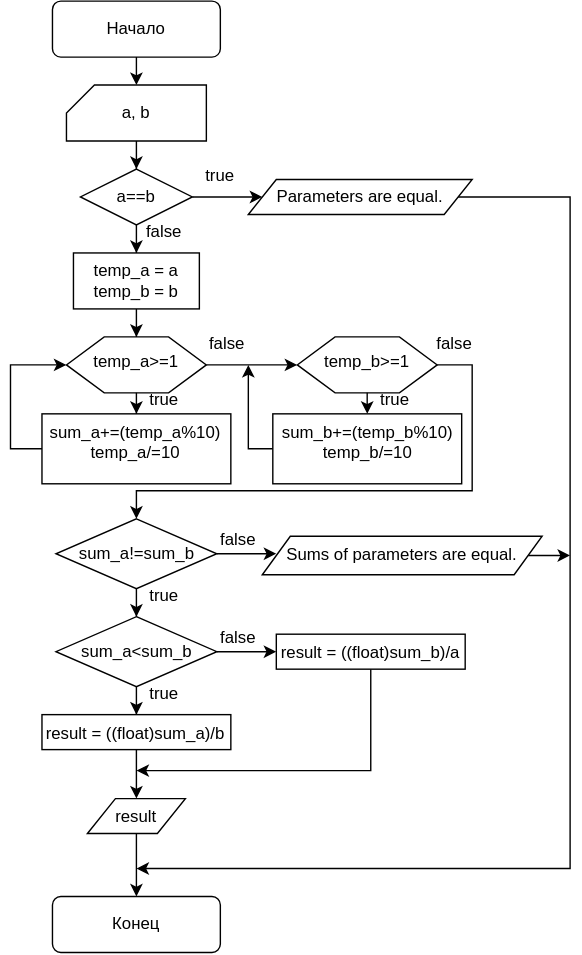
The draw.io diagram lab_1.drawio.svg in Vityusha1337/c_labs, before a commit. Source tidied: cells renumbered, new cells last; positions are measured from the earlier drawing's top-left corner, leaving out a move shared by most shapes.
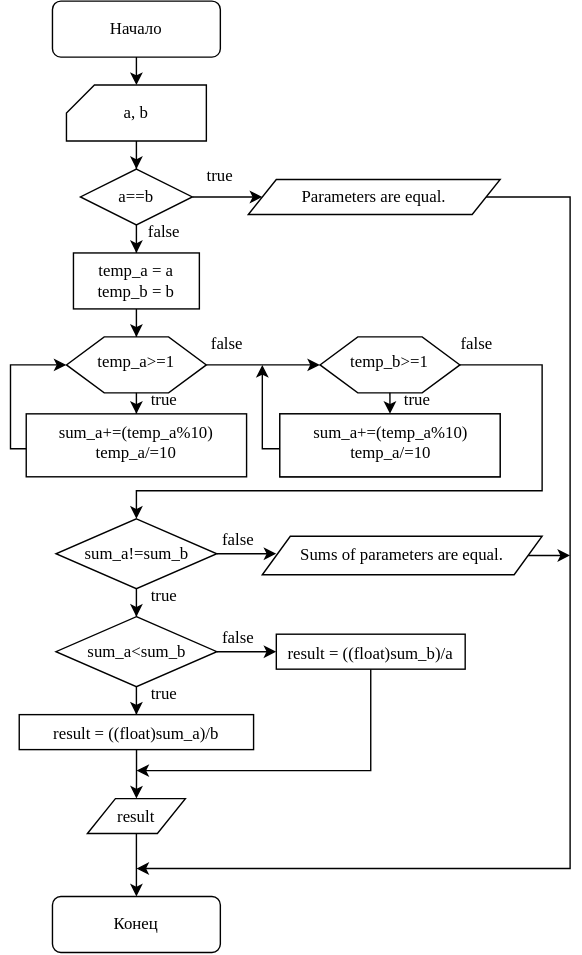
Above is the later version.

Diff of the diagram source:
```diff
@@ -2,30 +2,30 @@
   <root>
     <mxCell id="0" />
     <mxCell id="1" parent="0" />
-    <mxCell id="2" style="edgeStyle=orthogonalEdgeStyle;rounded=0;jettySize=auto;entryX=0.5;entryY=0;entryDx=0;entryDy=0;entryPerimeter=0;" parent="1" edge="1" target="5">
+    <mxCell id="2" style="edgeStyle=orthogonalEdgeStyle;rounded=0;jettySize=auto;html=1;entryX=0.5;entryY=0;entryDx=0;entryDy=0;entryPerimeter=0;fontFamily=Verdana;" parent="1" edge="1" target="5">
       <mxGeometry relative="1" as="geometry">
         <mxPoint x="90" y="30" as="sourcePoint" />
       </mxGeometry>
     </mxCell>
-    <mxCell id="3" value="Начало" style="rounded=1;whiteSpace=wrap;fontSize=12;glass=0;strokeWidth=1;shadow=0;" parent="1" vertex="1">
+    <mxCell id="3" value="Начало" style="rounded=1;whiteSpace=wrap;html=1;fontSize=12;glass=0;strokeWidth=1;shadow=0;fontFamily=Verdana;" parent="1" vertex="1">
       <mxGeometry x="30" width="120" height="40" as="geometry" />
     </mxCell>
-    <mxCell id="4" style="edgeStyle=orthogonalEdgeStyle;rounded=0;jettySize=auto;entryX=0.5;entryY=0;entryDx=0;entryDy=0;" parent="1" edge="1" source="5" target="8">
+    <mxCell id="4" style="edgeStyle=orthogonalEdgeStyle;rounded=0;jettySize=auto;html=1;entryX=0.5;entryY=0;entryDx=0;entryDy=0;fontFamily=Verdana;" parent="1" edge="1" source="5" target="8">
       <mxGeometry relative="1" as="geometry" />
     </mxCell>
-    <mxCell id="5" style="verticalLabelPosition=bottom;verticalAlign=top;shape=card;whiteSpace=wrap;size=20;arcSize=12;" parent="1" vertex="1">
+    <mxCell id="5" style="verticalLabelPosition=bottom;verticalAlign=top;html=1;shape=card;whiteSpace=wrap;size=20;arcSize=12;fontFamily=Verdana;" parent="1" vertex="1">
       <mxGeometry x="40" y="60" width="100" height="40" as="geometry" />
     </mxCell>
-    <mxCell id="6" value="a, b" style="text;strokeColor=none;fillColor=none;align=center;verticalAlign=middle;whiteSpace=wrap;rounded=0;" parent="1" vertex="1">
+    <mxCell id="6" value="a, b" style="text;html=1;strokeColor=none;fillColor=none;align=center;verticalAlign=middle;whiteSpace=wrap;rounded=0;fontFamily=Verdana;" parent="1" vertex="1">
       <mxGeometry x="60" y="65" width="60" height="30" as="geometry" />
     </mxCell>
-    <mxCell id="7" style="edgeStyle=orthogonalEdgeStyle;rounded=0;jettySize=auto;entryX=0.5;entryY=0;entryDx=0;entryDy=0;" parent="1" edge="1" source="8" target="13">
+    <mxCell id="7" style="edgeStyle=orthogonalEdgeStyle;rounded=0;jettySize=auto;html=1;entryX=0.5;entryY=0;entryDx=0;entryDy=0;fontFamily=Verdana;" parent="1" edge="1" source="8" target="13">
       <mxGeometry relative="1" as="geometry" />
     </mxCell>
-    <mxCell id="8" value="a==b" style="rhombus;whiteSpace=wrap;" parent="1" vertex="1">
+    <mxCell id="8" value="a==b" style="rhombus;whiteSpace=wrap;html=1;fontFamily=Verdana;" parent="1" vertex="1">
       <mxGeometry x="50" y="120" width="80" height="40" as="geometry" />
     </mxCell>
-    <mxCell id="9" style="edgeStyle=orthogonalEdgeStyle;rounded=0;jettySize=auto;exitX=1;exitY=0.5;exitDx=0;exitDy=0;" parent="1" edge="1" source="10">
+    <mxCell id="9" style="edgeStyle=orthogonalEdgeStyle;rounded=0;jettySize=auto;html=1;exitX=1;exitY=0.5;exitDx=0;exitDy=0;fontFamily=Verdana;" parent="1" edge="1" source="10">
       <mxGeometry relative="1" as="geometry">
         <mxPoint x="90" y="620" as="targetPoint" />
         <Array as="points">
@@ -34,39 +34,39 @@
         </Array>
       </mxGeometry>
     </mxCell>
-    <mxCell id="10" value="Parameters are equal." style="shape=parallelogram;perimeter=parallelogramPerimeter;whiteSpace=wrap;fixedSize=1;" parent="1" vertex="1">
-      <mxGeometry x="170" y="127.5" width="160" height="25" as="geometry" />
+    <mxCell id="10" value="Parameters are equal." style="shape=parallelogram;perimeter=parallelogramPerimeter;whiteSpace=wrap;html=1;fixedSize=1;fontFamily=Verdana;" parent="1" vertex="1">
+      <mxGeometry x="170" y="127.5" width="180" height="25" as="geometry" />
     </mxCell>
-    <mxCell id="11" style="edgeStyle=orthogonalEdgeStyle;rounded=0;jettySize=auto;entryX=0;entryY=0.5;entryDx=0;entryDy=0;" parent="1" edge="1" target="10">
+    <mxCell id="11" style="edgeStyle=orthogonalEdgeStyle;rounded=0;jettySize=auto;html=1;entryX=0;entryY=0.5;entryDx=0;entryDy=0;fontFamily=Verdana;" parent="1" edge="1" target="10">
       <mxGeometry relative="1" as="geometry">
         <mxPoint x="130" y="140" as="sourcePoint" />
       </mxGeometry>
     </mxCell>
-    <mxCell id="12" style="edgeStyle=orthogonalEdgeStyle;rounded=0;jettySize=auto;entryX=0.5;entryY=0;entryDx=0;entryDy=0;" parent="1" edge="1" source="13" target="17">
+    <mxCell id="12" style="edgeStyle=orthogonalEdgeStyle;rounded=0;jettySize=auto;html=1;entryX=0.5;entryY=0;entryDx=0;entryDy=0;fontFamily=Verdana;" parent="1" edge="1" source="13" target="17">
       <mxGeometry relative="1" as="geometry" />
     </mxCell>
-    <mxCell id="13" value="temp_a = a&#10;temp_b = b" style="rounded=0;whiteSpace=wrap;" parent="1" vertex="1">
+    <mxCell id="13" value="&lt;div&gt;temp_a = a&lt;br&gt;temp_b = b&lt;/div&gt;" style="rounded=0;whiteSpace=wrap;html=1;fontFamily=Verdana;" parent="1" vertex="1">
       <mxGeometry x="45" y="180" width="90" height="40" as="geometry" />
     </mxCell>
-    <mxCell id="14" value="true" style="text;strokeColor=none;fillColor=none;align=center;verticalAlign=middle;whiteSpace=wrap;rounded=0;" parent="1" vertex="1">
+    <mxCell id="14" value="true" style="text;html=1;strokeColor=none;fillColor=none;align=center;verticalAlign=middle;whiteSpace=wrap;rounded=0;fontFamily=Verdana;" parent="1" vertex="1">
       <mxGeometry x="130" y="110" width="40" height="30" as="geometry" />
     </mxCell>
-    <mxCell id="15" style="edgeStyle=orthogonalEdgeStyle;rounded=0;jettySize=auto;" parent="1" edge="1" source="17" target="21">
+    <mxCell id="15" style="edgeStyle=orthogonalEdgeStyle;rounded=0;jettySize=auto;html=1;fontFamily=Verdana;entryX=0.5;entryY=0;entryDx=0;entryDy=0;" parent="1" edge="1" source="17" target="21">
       <mxGeometry relative="1" as="geometry" />
     </mxCell>
-    <mxCell id="16" style="edgeStyle=orthogonalEdgeStyle;rounded=0;jettySize=auto;entryX=0;entryY=0.5;entryDx=0;entryDy=0;" parent="1" edge="1" source="17" target="24">
+    <mxCell id="16" style="edgeStyle=orthogonalEdgeStyle;rounded=0;jettySize=auto;html=1;entryX=0;entryY=0.5;entryDx=0;entryDy=0;fontFamily=Verdana;" parent="1" edge="1" source="17" target="24">
       <mxGeometry relative="1" as="geometry" />
     </mxCell>
-    <mxCell id="17" style="verticalLabelPosition=bottom;verticalAlign=top;shape=hexagon;perimeter=hexagonPerimeter2;arcSize=6;size=0.27;" parent="1" vertex="1">
+    <mxCell id="17" style="verticalLabelPosition=bottom;verticalAlign=top;html=1;shape=hexagon;perimeter=hexagonPerimeter2;arcSize=6;size=0.27;fontFamily=Verdana;" parent="1" vertex="1">
       <mxGeometry x="40" y="240" width="100" height="40" as="geometry" />
     </mxCell>
-    <mxCell id="18" value="temp_a&gt;=1" style="text;strokeColor=none;fillColor=none;align=center;verticalAlign=middle;whiteSpace=wrap;rounded=0;" parent="1" vertex="1">
+    <mxCell id="18" value="temp_a&amp;gt;=1" style="text;html=1;strokeColor=none;fillColor=none;align=center;verticalAlign=middle;whiteSpace=wrap;rounded=0;fontFamily=Verdana;" parent="1" vertex="1">
       <mxGeometry x="60" y="250" width="60" height="15" as="geometry" />
     </mxCell>
-    <mxCell id="19" value="false" style="text;strokeColor=none;fillColor=none;align=center;verticalAlign=middle;whiteSpace=wrap;rounded=0;" parent="1" vertex="1">
+    <mxCell id="19" value="&lt;div&gt;false&lt;/div&gt;" style="text;html=1;strokeColor=none;fillColor=none;align=center;verticalAlign=middle;whiteSpace=wrap;rounded=0;fontFamily=Verdana;" parent="1" vertex="1">
       <mxGeometry x="90" y="150" width="40" height="30" as="geometry" />
     </mxCell>
-    <mxCell id="20" style="edgeStyle=orthogonalEdgeStyle;rounded=0;jettySize=auto;entryX=0;entryY=0.5;entryDx=0;entryDy=0;" parent="1" edge="1" source="21" target="17">
+    <mxCell id="20" style="edgeStyle=orthogonalEdgeStyle;rounded=0;jettySize=auto;html=1;entryX=0;entryY=0.5;entryDx=0;entryDy=0;fontFamily=Verdana;" parent="1" edge="1" source="21" target="17">
       <mxGeometry relative="1" as="geometry">
         <Array as="points">
           <mxPoint y="320" />
@@ -74,82 +74,84 @@
         </Array>
       </mxGeometry>
     </mxCell>
-    <mxCell id="21" value="sum_a+=(temp_a%10)&#10;temp_a/=10&#10;" style="whiteSpace=wrap;verticalAlign=top;arcSize=6;" parent="1" vertex="1">
-      <mxGeometry x="22.5" y="295" width="135" height="50" as="geometry" />
+    <mxCell id="21" value="&lt;div&gt;sum_a+=(temp_a%10)&lt;br&gt;temp_a/=10&lt;br&gt;&lt;/div&gt;" style="whiteSpace=wrap;html=1;verticalAlign=top;arcSize=6;fontFamily=Verdana;" parent="1" vertex="1">
+      <mxGeometry x="11.2" y="295" width="157.5" height="45" as="geometry" />
     </mxCell>
-    <mxCell id="22" value="true" style="text;strokeColor=none;fillColor=none;align=center;verticalAlign=middle;whiteSpace=wrap;rounded=0;" parent="1" vertex="1">
+    <mxCell id="22" value="true" style="text;html=1;strokeColor=none;fillColor=none;align=center;verticalAlign=middle;whiteSpace=wrap;rounded=0;fontFamily=Verdana;" parent="1" vertex="1">
       <mxGeometry x="90" y="270" width="40" height="30" as="geometry" />
     </mxCell>
-    <mxCell id="23" style="edgeStyle=orthogonalEdgeStyle;rounded=0;jettySize=auto;exitX=1;exitY=0.5;exitDx=0;exitDy=0;" parent="1" edge="1" source="24">
+    <mxCell id="23" style="edgeStyle=orthogonalEdgeStyle;rounded=0;jettySize=auto;html=1;exitX=1;exitY=0.5;exitDx=0;exitDy=0;fontFamily=Verdana;" parent="1" edge="1" source="24">
       <mxGeometry relative="1" as="geometry">
         <mxPoint x="90" y="370" as="targetPoint" />
         <Array as="points">
-          <mxPoint x="330" y="260" />
-          <mxPoint x="330" y="350" />
+          <mxPoint x="380" y="260" />
+          <mxPoint x="380" y="350" />
           <mxPoint x="90" y="350" />
         </Array>
       </mxGeometry>
     </mxCell>
-    <mxCell id="24" style="verticalLabelPosition=bottom;verticalAlign=top;shape=hexagon;perimeter=hexagonPerimeter2;arcSize=6;size=0.27;" parent="1" vertex="1">
-      <mxGeometry x="205" y="240" width="100" height="40" as="geometry" />
+    <mxCell id="24" style="verticalLabelPosition=bottom;verticalAlign=top;html=1;shape=hexagon;perimeter=hexagonPerimeter2;arcSize=6;size=0.27;fontFamily=Verdana;" parent="1" vertex="1">
+      <mxGeometry x="221.2" y="240" width="100" height="40" as="geometry" />
     </mxCell>
-    <mxCell id="25" value="temp_b&gt;=1" style="text;strokeColor=none;fillColor=none;align=center;verticalAlign=middle;whiteSpace=wrap;rounded=0;" parent="1" vertex="1">
-      <mxGeometry x="225" y="250" width="60" height="15" as="geometry" />
+    <mxCell id="25" value="temp_b&amp;gt;=1" style="text;html=1;strokeColor=none;fillColor=none;align=center;verticalAlign=middle;whiteSpace=wrap;rounded=0;fontFamily=Verdana;" parent="1" vertex="1">
+      <mxGeometry x="241.2" y="250" width="60" height="15" as="geometry" />
     </mxCell>
-    <mxCell id="26" value="false" style="text;strokeColor=none;fillColor=none;align=center;verticalAlign=middle;whiteSpace=wrap;rounded=0;" parent="1" vertex="1">
+    <mxCell id="26" value="&lt;div&gt;false&lt;/div&gt;" style="text;html=1;strokeColor=none;fillColor=none;align=center;verticalAlign=middle;whiteSpace=wrap;rounded=0;fontFamily=Verdana;" parent="1" vertex="1">
       <mxGeometry x="140" y="230" width="30" height="30" as="geometry" />
     </mxCell>
-    <mxCell id="27" style="edgeStyle=orthogonalEdgeStyle;rounded=0;jettySize=auto;entryX=0.5;entryY=0;entryDx=0;entryDy=0;" parent="1" edge="1" target="50">
+    <mxCell id="27" style="edgeStyle=orthogonalEdgeStyle;rounded=0;orthogonalLoop=1;jettySize=auto;html=1;entryX=0.5;entryY=0;entryDx=0;entryDy=0;fontFamily=Verdana;" parent="1" edge="1">
       <mxGeometry relative="1" as="geometry">
-        <mxPoint x="254.9" y="280" as="sourcePoint" />
+        <mxPoint x="271.2" y="280" as="sourcePoint" />
+        <mxPoint x="271.2" y="295" as="targetPoint" />
       </mxGeometry>
     </mxCell>
-    <mxCell id="28" style="edgeStyle=orthogonalEdgeStyle;rounded=0;jettySize=auto;exitX=0;exitY=0.5;exitDx=0;exitDy=0;" parent="1" edge="1" source="50">
+    <mxCell id="28" style="edgeStyle=orthogonalEdgeStyle;rounded=0;jettySize=auto;html=1;exitX=0;exitY=0.5;exitDx=0;exitDy=0;fontFamily=Verdana;" parent="1" edge="1" source="51">
       <mxGeometry relative="1" as="geometry">
-        <mxPoint x="170" y="260" as="targetPoint" />
+        <mxPoint x="180" y="260" as="targetPoint" />
         <Array as="points">
-          <mxPoint x="170" y="320" />
+          <mxPoint x="193" y="320" />
+          <mxPoint x="180" y="320" />
         </Array>
       </mxGeometry>
     </mxCell>
-    <mxCell id="29" value="true" style="text;strokeColor=none;fillColor=none;align=center;verticalAlign=middle;whiteSpace=wrap;rounded=0;" parent="1" vertex="1">
-      <mxGeometry x="260" y="270" width="30" height="30" as="geometry" />
+    <mxCell id="29" value="true" style="text;html=1;strokeColor=none;fillColor=none;align=center;verticalAlign=middle;whiteSpace=wrap;rounded=0;fontFamily=Verdana;" parent="1" vertex="1">
+      <mxGeometry x="276.2" y="270" width="30" height="30" as="geometry" />
     </mxCell>
-    <mxCell id="30" style="edgeStyle=orthogonalEdgeStyle;rounded=0;jettySize=auto;entryX=0.5;entryY=0;entryDx=0;entryDy=0;" parent="1" edge="1" source="31" target="34">
+    <mxCell id="30" style="edgeStyle=orthogonalEdgeStyle;rounded=0;jettySize=auto;html=1;entryX=0.5;entryY=0;entryDx=0;entryDy=0;fontFamily=Verdana;" parent="1" edge="1" source="31" target="34">
       <mxGeometry relative="1" as="geometry" />
     </mxCell>
-    <mxCell id="31" value="sum_a!=sum_b" style="rhombus;whiteSpace=wrap;" parent="1" vertex="1">
+    <mxCell id="31" value="sum_a!=sum_b" style="rhombus;whiteSpace=wrap;html=1;fontFamily=Verdana;" parent="1" vertex="1">
       <mxGeometry x="32.5" y="370" width="115" height="50" as="geometry" />
     </mxCell>
-    <mxCell id="32" style="edgeStyle=orthogonalEdgeStyle;rounded=0;jettySize=auto;entryX=0.5;entryY=0;entryDx=0;entryDy=0;" parent="1" edge="1" source="34" target="37">
+    <mxCell id="32" style="edgeStyle=orthogonalEdgeStyle;rounded=0;jettySize=auto;html=1;entryX=0.5;entryY=0;entryDx=0;entryDy=0;fontFamily=Verdana;" parent="1" edge="1" source="34" target="37">
       <mxGeometry relative="1" as="geometry" />
     </mxCell>
-    <mxCell id="33" style="edgeStyle=orthogonalEdgeStyle;rounded=0;jettySize=auto;" parent="1" edge="1" source="34">
+    <mxCell id="33" style="edgeStyle=orthogonalEdgeStyle;rounded=0;jettySize=auto;html=1;fontFamily=Verdana;" parent="1" edge="1" source="34">
       <mxGeometry relative="1" as="geometry">
         <mxPoint x="190" y="465" as="targetPoint" />
       </mxGeometry>
     </mxCell>
-    <mxCell id="34" value="sum_a&lt;sum_b" style="rhombus;whiteSpace=wrap;" parent="1" vertex="1">
+    <mxCell id="34" value="sum_a&amp;lt;sum_b" style="rhombus;whiteSpace=wrap;html=1;fontFamily=Verdana;" parent="1" vertex="1">
       <mxGeometry x="32.5" y="440" width="115" height="50" as="geometry" />
     </mxCell>
-    <mxCell id="35" value="true" style="text;strokeColor=none;fillColor=none;align=center;verticalAlign=middle;whiteSpace=wrap;rounded=0;" parent="1" vertex="1">
+    <mxCell id="35" value="true" style="text;html=1;strokeColor=none;fillColor=none;align=center;verticalAlign=middle;whiteSpace=wrap;rounded=0;fontFamily=Verdana;" parent="1" vertex="1">
       <mxGeometry x="90" y="410" width="40" height="30" as="geometry" />
     </mxCell>
-    <mxCell id="36" style="edgeStyle=orthogonalEdgeStyle;rounded=0;jettySize=auto;" parent="1" edge="1" source="37">
+    <mxCell id="36" style="edgeStyle=orthogonalEdgeStyle;rounded=0;jettySize=auto;html=1;fontFamily=Verdana;" parent="1" edge="1" source="37">
       <mxGeometry relative="1" as="geometry">
         <mxPoint x="90" y="570" as="targetPoint" />
       </mxGeometry>
     </mxCell>
-    <mxCell id="37" value="result = ((float)sum_a)/b" style="whiteSpace=wrap;verticalAlign=top;arcSize=6;" parent="1" vertex="1">
-      <mxGeometry x="22.5" y="510" width="135" height="25" as="geometry" />
+    <mxCell id="37" value="result = ((float)sum_a)/b" style="whiteSpace=wrap;html=1;verticalAlign=top;arcSize=6;fontFamily=Verdana;" parent="1" vertex="1">
+      <mxGeometry x="6.2" y="510" width="167.5" height="25" as="geometry" />
     </mxCell>
-    <mxCell id="38" value="true" style="text;strokeColor=none;fillColor=none;align=center;verticalAlign=middle;whiteSpace=wrap;rounded=0;" parent="1" vertex="1">
+    <mxCell id="38" value="true" style="text;html=1;strokeColor=none;fillColor=none;align=center;verticalAlign=middle;whiteSpace=wrap;rounded=0;fontFamily=Verdana;" parent="1" vertex="1">
       <mxGeometry x="90" y="480" width="40" height="30" as="geometry" />
     </mxCell>
-    <mxCell id="39" value="false" style="text;strokeColor=none;fillColor=none;align=center;verticalAlign=middle;whiteSpace=wrap;rounded=0;" parent="1" vertex="1">
+    <mxCell id="39" value="&lt;div&gt;false&lt;/div&gt;" style="text;html=1;strokeColor=none;fillColor=none;align=center;verticalAlign=middle;whiteSpace=wrap;rounded=0;fontFamily=Verdana;" parent="1" vertex="1">
       <mxGeometry x="147.5" y="440" width="30" height="30" as="geometry" />
     </mxCell>
-    <mxCell id="40" style="edgeStyle=orthogonalEdgeStyle;rounded=0;jettySize=auto;" parent="1" edge="1" source="41">
+    <mxCell id="40" style="edgeStyle=orthogonalEdgeStyle;rounded=0;jettySize=auto;html=1;fontFamily=Verdana;" parent="1" edge="1" source="41">
       <mxGeometry relative="1" as="geometry">
         <mxPoint x="90" y="550" as="targetPoint" />
         <Array as="points">
@@ -157,40 +159,43 @@
         </Array>
       </mxGeometry>
     </mxCell>
-    <mxCell id="41" value="result = ((float)sum_b)/a" style="whiteSpace=wrap;verticalAlign=top;arcSize=6;" parent="1" vertex="1">
+    <mxCell id="41" value="result = ((float)sum_b)/a" style="whiteSpace=wrap;html=1;verticalAlign=top;arcSize=6;fontFamily=Verdana;" parent="1" vertex="1">
       <mxGeometry x="190" y="452.5" width="135" height="25" as="geometry" />
     </mxCell>
-    <mxCell id="42" style="edgeStyle=orthogonalEdgeStyle;rounded=0;orthogonalLoop=1;jettySize=auto;" parent="1" edge="1">
+    <mxCell id="42" style="edgeStyle=orthogonalEdgeStyle;rounded=0;orthogonalLoop=1;jettySize=auto;html=1;fontFamily=Verdana;" parent="1" edge="1">
       <mxGeometry relative="1" as="geometry">
         <mxPoint x="147.5" y="395" as="sourcePoint" />
         <mxPoint x="190" y="395" as="targetPoint" />
       </mxGeometry>
     </mxCell>
-    <mxCell id="43" value="false" style="text;strokeColor=none;fillColor=none;align=center;verticalAlign=middle;whiteSpace=wrap;rounded=0;" parent="1" vertex="1">
+    <mxCell id="43" value="&lt;div&gt;false&lt;/div&gt;" style="text;html=1;strokeColor=none;fillColor=none;align=center;verticalAlign=middle;whiteSpace=wrap;rounded=0;fontFamily=Verdana;" parent="1" vertex="1">
       <mxGeometry x="147.5" y="370" width="30" height="30" as="geometry" />
     </mxCell>
-    <mxCell id="44" style="edgeStyle=orthogonalEdgeStyle;rounded=0;jettySize=auto;" parent="1" edge="1" source="45">
+    <mxCell id="44" style="edgeStyle=orthogonalEdgeStyle;rounded=0;jettySize=auto;html=1;fontFamily=Verdana;" parent="1" edge="1" source="45">
       <mxGeometry relative="1" as="geometry">
         <mxPoint x="400" y="396" as="targetPoint" />
       </mxGeometry>
     </mxCell>
-    <mxCell id="45" value="Sums of parameters are equal." style="shape=parallelogram;perimeter=parallelogramPerimeter;whiteSpace=wrap;fixedSize=1;" parent="1" vertex="1">
+    <mxCell id="45" value="Sums of parameters are equal." style="shape=parallelogram;perimeter=parallelogramPerimeter;whiteSpace=wrap;html=1;fixedSize=1;fontFamily=Verdana;" parent="1" vertex="1">
       <mxGeometry x="180" y="382.5" width="200" height="27.5" as="geometry" />
     </mxCell>
-    <mxCell id="46" value="Конец" style="rounded=1;whiteSpace=wrap;fontSize=12;glass=0;strokeWidth=1;shadow=0;" parent="1" vertex="1">
+    <mxCell id="46" value="Конец" style="rounded=1;whiteSpace=wrap;html=1;fontSize=12;glass=0;strokeWidth=1;shadow=0;fontFamily=Verdana;" parent="1" vertex="1">
       <mxGeometry x="30" y="640" width="120" height="40" as="geometry" />
     </mxCell>
-    <mxCell id="47" style="edgeStyle=orthogonalEdgeStyle;rounded=0;jettySize=auto;entryX=0.5;entryY=0;entryDx=0;entryDy=0;" parent="1" edge="1" source="48" target="46">
+    <mxCell id="47" style="edgeStyle=orthogonalEdgeStyle;rounded=0;jettySize=auto;html=1;entryX=0.5;entryY=0;entryDx=0;entryDy=0;fontFamily=Verdana;" parent="1" edge="1" source="48" target="46">
       <mxGeometry relative="1" as="geometry" />
     </mxCell>
-    <mxCell id="48" value="result" style="shape=parallelogram;perimeter=parallelogramPerimeter;whiteSpace=wrap;fixedSize=1;" parent="1" vertex="1">
+    <mxCell id="48" value="result" style="shape=parallelogram;perimeter=parallelogramPerimeter;whiteSpace=wrap;html=1;fixedSize=1;fontFamily=Verdana;" parent="1" vertex="1">
       <mxGeometry x="55" y="570" width="70" height="25" as="geometry" />
     </mxCell>
-    <mxCell id="49" value="false" style="text;strokeColor=none;fillColor=none;align=center;verticalAlign=middle;whiteSpace=wrap;rounded=0;" parent="1" vertex="1">
-      <mxGeometry x="305" y="230" width="25" height="30" as="geometry" />
+    <mxCell id="49" value="&lt;div&gt;false&lt;/div&gt;" style="text;html=1;strokeColor=none;fillColor=none;align=center;verticalAlign=middle;whiteSpace=wrap;rounded=0;fontFamily=Verdana;" parent="1" vertex="1">
+      <mxGeometry x="321.2" y="230" width="25" height="30" as="geometry" />
     </mxCell>
-    <mxCell id="50" value="sum_b+=(temp_b%10)&#10;temp_b/=10&#10;" style="whiteSpace=wrap;verticalAlign=top;arcSize=6;" parent="1" vertex="1">
-      <mxGeometry x="187.5" y="295" width="135" height="50" as="geometry" />
-    </mxCell>
+    <mxCell id="51" value="&lt;div&gt;sum_a+=(temp_a%10)&lt;br&gt;temp_a/=10&lt;br&gt;&lt;/div&gt;" style="whiteSpace=wrap;html=1;verticalAlign=top;arcSize=6;fontFamily=Verdana;" parent="1" vertex="1">
+      <mxGeometry x="192.5" y="295" width="157.5" height="45" as="geometry" />
+    </mxCell>
+    <mxCell id="52" value="&lt;div&gt;sum_a+=(temp_a%10)&lt;br&gt;temp_a/=10&lt;br&gt;&lt;/div&gt;" style="whiteSpace=wrap;html=1;verticalAlign=top;arcSize=6;fontFamily=Verdana;" parent="1" vertex="1">
+      <mxGeometry x="192.5" y="295" width="157.5" height="45" as="geometry" />
+    </mxCell>
   </root>
 </mxGraphModel>
```
